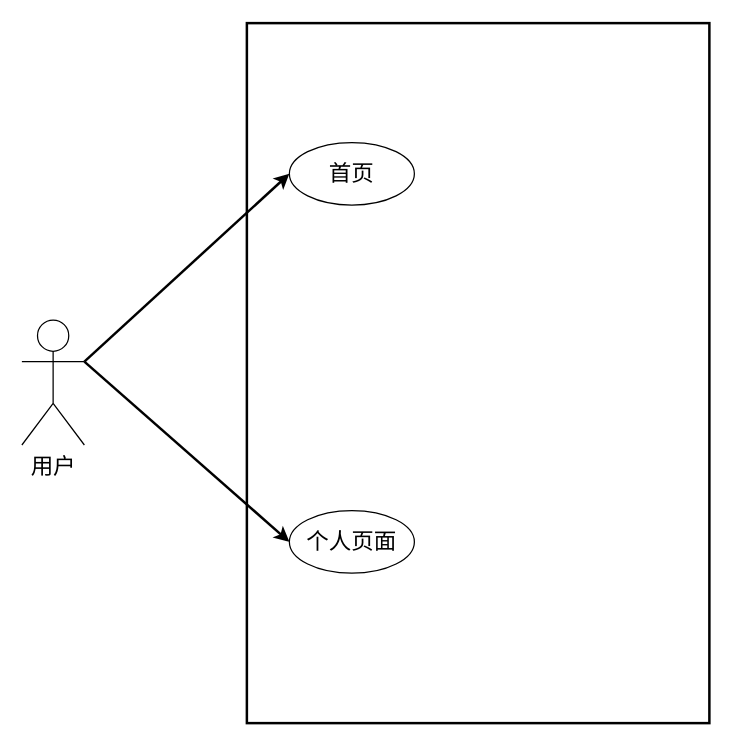
Earlier version of the draw.io diagram 用户角色图.drawio (OnetakeDL/iodraw-files). Source tidied: cells renumbered, new cells numbered last; positions are measured from the earlier drawing's top-left corner, leaving out a move shared by most shapes. Both pictures are drawn from the tidied source at 125%, with x=0, y=0 at pixel (21, 22).
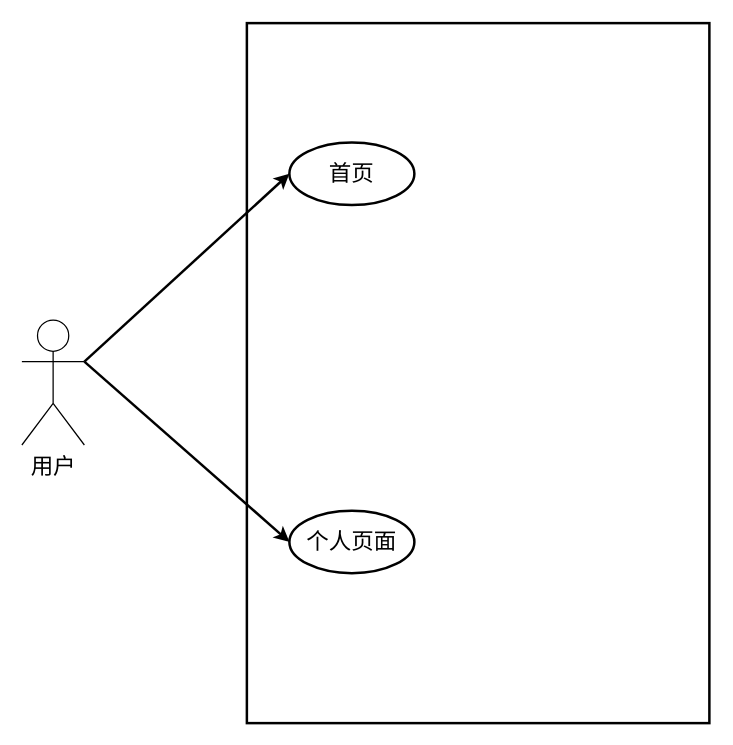
The same page after the edit.

Commit message (it also covers changes not shown here):
更新用户角色图.drawio

Change to the diagram source:
```diff
@@
 <mxGraphModel>
   <root>
     <mxCell id="0" />
     <mxCell id="1" parent="0" />
     <mxCell id="2" value="&lt;font style=&quot;font-size: 18px;&quot;&gt;用户&lt;/font&gt;" style="shape=umlActor;verticalLabelPosition=bottom;verticalAlign=top;html=1;outlineConnect=0;" parent="1" vertex="1">
       <mxGeometry y="237.5" width="50" height="100" as="geometry" />
     </mxCell>
     <mxCell id="3" style="rounded=0;whiteSpace=wrap;html=1;strokeWidth=2;" parent="1" vertex="1">
       <mxGeometry x="180" width="370" height="560" as="geometry" />
     </mxCell>
-    <mxCell id="4" value="&lt;font style=&quot;font-size: 18px;&quot;&gt;首页&lt;/font&gt;" style="ellipse;whiteSpace=wrap;html=1;" parent="1" vertex="1">
+    <mxCell id="4" value="&lt;font style=&quot;font-size: 18px;&quot;&gt;首页&lt;/font&gt;" style="ellipse;whiteSpace=wrap;html=1;strokeWidth=2;" parent="1" vertex="1">
       <mxGeometry x="214" y="95.5" width="100" height="50" as="geometry" />
     </mxCell>
-    <mxCell id="5" value="&lt;span style=&quot;font-size: 18px;&quot;&gt;个人页面&lt;/span&gt;" style="ellipse;whiteSpace=wrap;html=1;" parent="1" vertex="1">
+    <mxCell id="5" value="&lt;span style=&quot;font-size: 18px;&quot;&gt;个人页面&lt;/span&gt;" style="ellipse;whiteSpace=wrap;html=1;strokeWidth=2;" parent="1" vertex="1">
       <mxGeometry x="214" y="390" width="100" height="50" as="geometry" />
     </mxCell>
     <mxCell id="6" style="rounded=0;jettySize=auto;html=1;entryX=0;entryY=0.5;entryDx=0;entryDy=0;strokeWidth=2;exitX=1;exitY=0.3333333333333333;exitDx=0;exitDy=0;exitPerimeter=0;" parent="1" edge="1" source="2" target="4">
       <mxGeometry relative="1" as="geometry" />
     </mxCell>
     <mxCell id="7" style="rounded=0;jettySize=auto;html=1;entryX=0;entryY=0.5;entryDx=0;entryDy=0;strokeWidth=2;exitX=1;exitY=0.3333333333333333;exitDx=0;exitDy=0;exitPerimeter=0;" parent="1" edge="1" source="2" target="5">
       <mxGeometry relative="1" as="geometry" />
     </mxCell>
   </root>
 </mxGraphModel>
```
